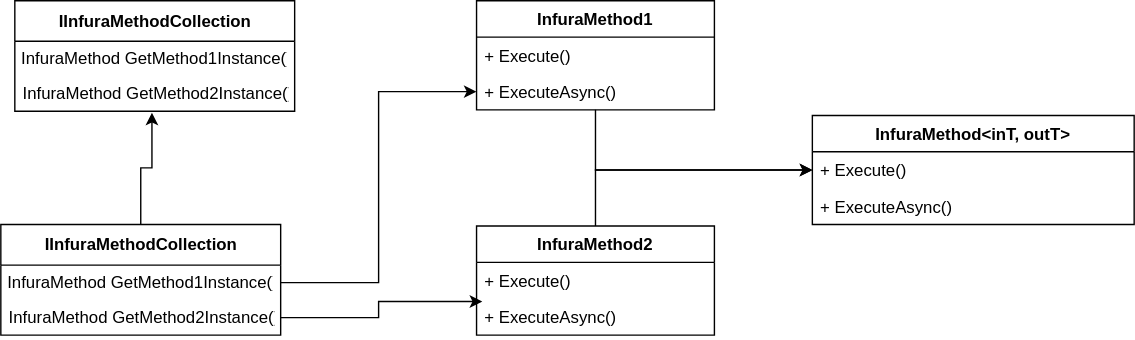
Earlier version of the draw.io export infuraCD.svg (OnoNguyen/EthereumTransactionSearch). Source tidied: cells renumbered, new cells last; positions are measured from the earlier drawing's top-left corner, leaving out a move shared by most shapes. The source it was exported from:
```xml
<mxGraphModel>
  <root>
    <mxCell id="0" />
    <mxCell id="1" parent="0" />
    <mxCell id="2" value="IInfuraMethodCollection" style="swimlane;fontStyle=1;align=center;verticalAlign=middle;horizontal=1;startSize=29;html=1;" parent="1" vertex="1">
      <mxGeometry x="10" width="200" height="79" as="geometry" />
    </mxCell>
    <mxCell id="3" value="InfuraMethod GetMethod1Instance()" style="text;html=1;strokeColor=none;fillColor=none;align=center;verticalAlign=middle;spacingLeft=4;spacingRight=4;overflow=hidden;" parent="2" vertex="1">
      <mxGeometry y="29" width="200" height="25" as="geometry" />
    </mxCell>
    <mxCell id="4" value="&lt;span style=&quot;text-align: center&quot;&gt;InfuraMethod GetMethod2Instance()&lt;/span&gt;" style="text;html=1;strokeColor=none;fillColor=none;align=left;verticalAlign=middle;spacingLeft=4;spacingRight=4;overflow=hidden;points=[[0,0.5],[1,0.5]];portConstraint=eastwest;" parent="2" vertex="1">
      <mxGeometry y="54" width="200" height="25" as="geometry" />
    </mxCell>
    <mxCell id="5" style="edgeStyle=orthogonalEdgeStyle;rounded=0;jettySize=auto;html=1;entryX=0.49;entryY=1.04;entryDx=0;entryDy=0;entryPerimeter=0;" parent="1" edge="1" source="6" target="4">
      <mxGeometry relative="1" as="geometry" />
    </mxCell>
    <mxCell id="6" value="IInfuraMethodCollection" style="swimlane;fontStyle=1;align=center;verticalAlign=middle;horizontal=1;startSize=29;html=1;" parent="1" vertex="1">
      <mxGeometry y="160" width="200" height="79" as="geometry" />
    </mxCell>
    <mxCell id="7" value="InfuraMethod GetMethod1Instance()" style="text;html=1;strokeColor=none;fillColor=none;align=center;verticalAlign=middle;spacingLeft=4;spacingRight=4;overflow=hidden;points=[[0,0.5],[1,0.5]];portConstraint=eastwest;" parent="6" vertex="1">
      <mxGeometry y="29" width="200" height="25" as="geometry" />
    </mxCell>
    <mxCell id="8" value="InfuraMethod GetMethod2Instance()" style="text;html=1;strokeColor=none;fillColor=none;align=left;verticalAlign=middle;spacingLeft=4;spacingRight=4;overflow=hidden;points=[[0,0.5],[1,0.5]];portConstraint=eastwest;" parent="6" vertex="1">
      <mxGeometry y="54" width="200" height="25" as="geometry" />
    </mxCell>
    <mxCell id="9" value="InfuraMethod&lt;inT, outT&gt;" style="swimlane;fontStyle=1;horizontal=1;startSize=26;fillColor=none;" parent="1" vertex="1">
      <mxGeometry x="580" y="82" width="230" height="78" as="geometry" />
    </mxCell>
    <mxCell id="10" value="+ Execute()" style="text;strokeColor=none;fillColor=none;align=left;verticalAlign=top;spacingLeft=4;spacingRight=4;overflow=hidden;points=[[0,0.5],[1,0.5]];portConstraint=eastwest;" parent="9" vertex="1">
      <mxGeometry y="26" width="230" height="26" as="geometry" />
    </mxCell>
    <mxCell id="11" value="+ ExecuteAsync()" style="text;strokeColor=none;fillColor=none;align=left;verticalAlign=top;spacingLeft=4;spacingRight=4;overflow=hidden;" parent="9" vertex="1">
      <mxGeometry y="52" width="230" height="26" as="geometry" />
    </mxCell>
    <mxCell id="12" style="edgeStyle=orthogonalEdgeStyle;rounded=0;jettySize=auto;html=1;entryX=0;entryY=0.5;entryDx=0;entryDy=0;" parent="1" edge="1" source="13" target="10">
      <mxGeometry relative="1" as="geometry" />
    </mxCell>
    <mxCell id="13" value="InfuraMethod1" style="swimlane;fontStyle=1;horizontal=1;startSize=26;fillColor=none;" parent="1" vertex="1">
      <mxGeometry x="340" width="170" height="78" as="geometry" />
    </mxCell>
    <mxCell id="14" value="+ Execute()" style="text;strokeColor=none;fillColor=none;align=left;verticalAlign=top;spacingLeft=4;spacingRight=4;overflow=hidden;" parent="13" vertex="1">
      <mxGeometry y="26" width="170" height="26" as="geometry" />
    </mxCell>
    <mxCell id="15" value="+ ExecuteAsync()" style="text;strokeColor=none;fillColor=none;align=left;verticalAlign=top;spacingLeft=4;spacingRight=4;overflow=hidden;points=[[0,0.5],[1,0.5]];portConstraint=eastwest;" parent="13" vertex="1">
      <mxGeometry y="52" width="170" height="26" as="geometry" />
    </mxCell>
    <mxCell id="16" style="edgeStyle=orthogonalEdgeStyle;rounded=0;jettySize=auto;html=1;entryX=0;entryY=0.5;entryDx=0;entryDy=0;" parent="1" edge="1" source="17" target="10">
      <mxGeometry relative="1" as="geometry" />
    </mxCell>
    <mxCell id="17" value="InfuraMethod2" style="swimlane;fontStyle=1;horizontal=1;startSize=26;fillColor=none;" parent="1" vertex="1">
      <mxGeometry x="340" y="161" width="170" height="78" as="geometry" />
    </mxCell>
    <mxCell id="18" value="+ Execute()" style="text;strokeColor=none;fillColor=none;align=left;verticalAlign=top;spacingLeft=4;spacingRight=4;overflow=hidden;" parent="17" vertex="1">
      <mxGeometry y="26" width="170" height="26" as="geometry" />
    </mxCell>
    <mxCell id="19" value="+ ExecuteAsync()" style="text;strokeColor=none;fillColor=none;align=left;verticalAlign=top;spacingLeft=4;spacingRight=4;overflow=hidden;points=[[0,0.5],[1,0.5]];portConstraint=eastwest;" parent="17" vertex="1">
      <mxGeometry y="52" width="170" height="26" as="geometry" />
    </mxCell>
    <mxCell id="20" style="edgeStyle=orthogonalEdgeStyle;rounded=0;jettySize=auto;html=1;" parent="1" edge="1" source="7" target="15">
      <mxGeometry relative="1" as="geometry" />
    </mxCell>
    <mxCell id="21" style="edgeStyle=orthogonalEdgeStyle;rounded=0;jettySize=auto;html=1;entryX=0.024;entryY=0.077;entryDx=0;entryDy=0;entryPerimeter=0;" parent="1" edge="1" source="8" target="19">
      <mxGeometry relative="1" as="geometry" />
    </mxCell>
  </root>
</mxGraphModel>
```
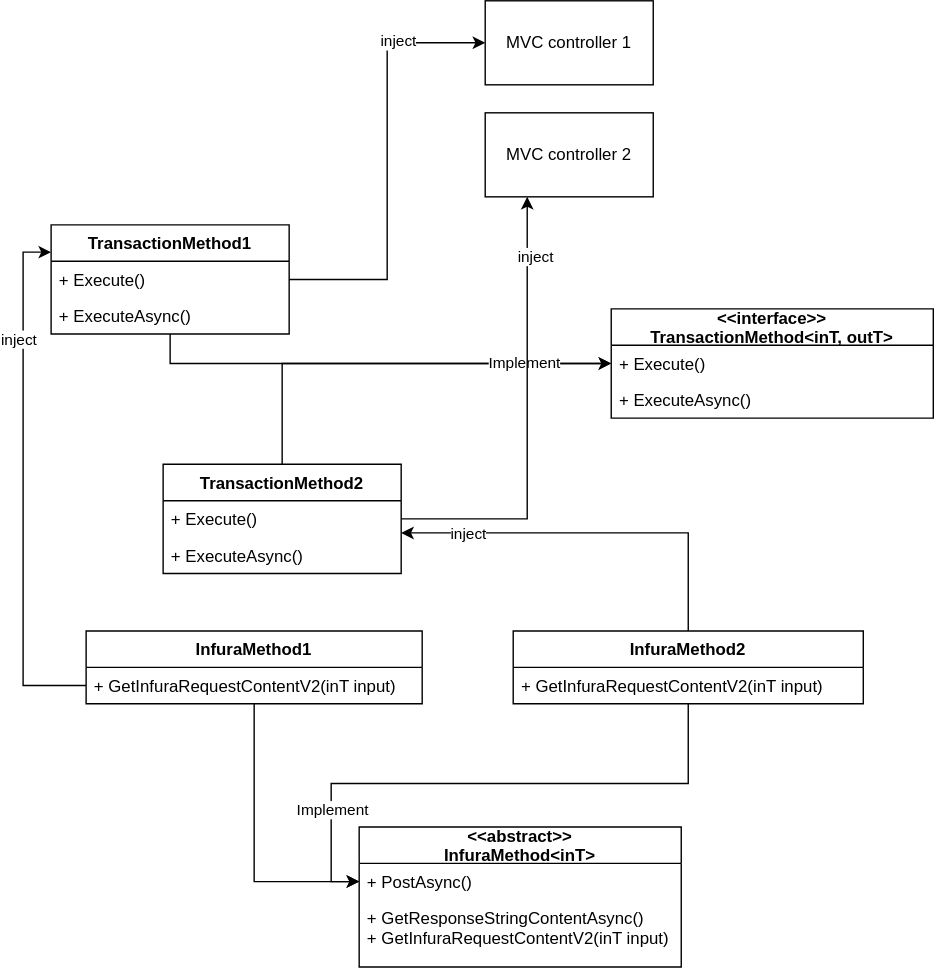
Later version of the same file.

Change to the diagram source:
```diff
@@ -2,29 +2,8 @@
   <root>
     <mxCell id="0" />
     <mxCell id="1" parent="0" />
-    <mxCell id="2" value="IInfuraMethodCollection" style="swimlane;fontStyle=1;align=center;verticalAlign=middle;horizontal=1;startSize=29;html=1;" parent="1" vertex="1">
-      <mxGeometry x="10" width="200" height="79" as="geometry" />
-    </mxCell>
-    <mxCell id="3" value="InfuraMethod GetMethod1Instance()" style="text;html=1;strokeColor=none;fillColor=none;align=center;verticalAlign=middle;spacingLeft=4;spacingRight=4;overflow=hidden;" parent="2" vertex="1">
-      <mxGeometry y="29" width="200" height="25" as="geometry" />
-    </mxCell>
-    <mxCell id="4" value="&lt;span style=&quot;text-align: center&quot;&gt;InfuraMethod GetMethod2Instance()&lt;/span&gt;" style="text;html=1;strokeColor=none;fillColor=none;align=left;verticalAlign=middle;spacingLeft=4;spacingRight=4;overflow=hidden;points=[[0,0.5],[1,0.5]];portConstraint=eastwest;" parent="2" vertex="1">
-      <mxGeometry y="54" width="200" height="25" as="geometry" />
-    </mxCell>
-    <mxCell id="5" style="edgeStyle=orthogonalEdgeStyle;rounded=0;jettySize=auto;html=1;entryX=0.49;entryY=1.04;entryDx=0;entryDy=0;entryPerimeter=0;" parent="1" edge="1" source="6" target="4">
-      <mxGeometry relative="1" as="geometry" />
-    </mxCell>
-    <mxCell id="6" value="IInfuraMethodCollection" style="swimlane;fontStyle=1;align=center;verticalAlign=middle;horizontal=1;startSize=29;html=1;" parent="1" vertex="1">
-      <mxGeometry y="160" width="200" height="79" as="geometry" />
-    </mxCell>
-    <mxCell id="7" value="InfuraMethod GetMethod1Instance()" style="text;html=1;strokeColor=none;fillColor=none;align=center;verticalAlign=middle;spacingLeft=4;spacingRight=4;overflow=hidden;points=[[0,0.5],[1,0.5]];portConstraint=eastwest;" parent="6" vertex="1">
-      <mxGeometry y="29" width="200" height="25" as="geometry" />
-    </mxCell>
-    <mxCell id="8" value="InfuraMethod GetMethod2Instance()" style="text;html=1;strokeColor=none;fillColor=none;align=left;verticalAlign=middle;spacingLeft=4;spacingRight=4;overflow=hidden;points=[[0,0.5],[1,0.5]];portConstraint=eastwest;" parent="6" vertex="1">
-      <mxGeometry y="54" width="200" height="25" as="geometry" />
-    </mxCell>
-    <mxCell id="9" value="InfuraMethod&lt;inT, outT&gt;" style="swimlane;fontStyle=1;horizontal=1;startSize=26;fillColor=none;" parent="1" vertex="1">
-      <mxGeometry x="580" y="82" width="230" height="78" as="geometry" />
+    <mxCell id="9" value="&lt;&lt;interface&gt;&gt;&#10;TransactionMethod&lt;inT, outT&gt;" style="swimlane;fontStyle=1;horizontal=1;startSize=26;fillColor=none;" parent="1" vertex="1">
+      <mxGeometry x="660" y="50" width="230" height="78" as="geometry" />
     </mxCell>
     <mxCell id="10" value="+ Execute()" style="text;strokeColor=none;fillColor=none;align=left;verticalAlign=top;spacingLeft=4;spacingRight=4;overflow=hidden;points=[[0,0.5],[1,0.5]];portConstraint=eastwest;" parent="9" vertex="1">
       <mxGeometry y="26" width="230" height="26" as="geometry" />
@@ -35,8 +14,14 @@
     <mxCell id="12" style="edgeStyle=orthogonalEdgeStyle;rounded=0;jettySize=auto;html=1;entryX=0;entryY=0.5;entryDx=0;entryDy=0;" parent="1" edge="1" source="13" target="10">
       <mxGeometry relative="1" as="geometry" />
     </mxCell>
+    <mxCell id="22" style="edgeStyle=orthogonalEdgeStyle;rounded=0;jettySize=auto;html=1;entryX=0;entryY=0.5;entryDx=0;entryDy=0;" parent="1" edge="1" source="13" target="41">
+      <mxGeometry relative="1" as="geometry" />
+    </mxCell>
+    <mxCell id="23" value="inject" style="edgeLabel;html=1;align=center;verticalAlign=middle;" parent="22" vertex="1">
+      <mxGeometry x="0.59" y="2" relative="1" as="geometry" />
+    </mxCell>
-    <mxCell id="13" value="InfuraMethod1" style="swimlane;fontStyle=1;horizontal=1;startSize=26;fillColor=none;" parent="1" vertex="1">
-      <mxGeometry x="340" width="170" height="78" as="geometry" />
+    <mxCell id="13" value="TransactionMethod1" style="swimlane;fontStyle=1;horizontal=1;startSize=26;fillColor=none;" parent="1" vertex="1">
+      <mxGeometry x="260" y="-10" width="170" height="78" as="geometry" />
     </mxCell>
     <mxCell id="14" value="+ Execute()" style="text;strokeColor=none;fillColor=none;align=left;verticalAlign=top;spacingLeft=4;spacingRight=4;overflow=hidden;" parent="13" vertex="1">
       <mxGeometry y="26" width="170" height="26" as="geometry" />
@@ -47,7 +32,16 @@
     <mxCell id="16" style="edgeStyle=orthogonalEdgeStyle;rounded=0;jettySize=auto;html=1;entryX=0;entryY=0.5;entryDx=0;entryDy=0;" parent="1" edge="1" source="17" target="10">
       <mxGeometry relative="1" as="geometry" />
     </mxCell>
+    <mxCell id="24" value="Implement" style="edgeLabel;html=1;align=center;verticalAlign=middle;" parent="16" vertex="1">
+      <mxGeometry x="0.59" y="1" relative="1" as="geometry" />
+    </mxCell>
+    <mxCell id="25" style="edgeStyle=orthogonalEdgeStyle;rounded=0;jettySize=auto;html=1;entryX=0.25;entryY=1;entryDx=0;entryDy=0;" parent="1" edge="1" source="17" target="42">
+      <mxGeometry relative="1" as="geometry" />
+    </mxCell>
+    <mxCell id="26" value="inject" style="edgeLabel;html=1;align=center;verticalAlign=middle;" parent="25" vertex="1">
+      <mxGeometry x="0.74" y="-5" relative="1" as="geometry" />
+    </mxCell>
-    <mxCell id="17" value="InfuraMethod2" style="swimlane;fontStyle=1;horizontal=1;startSize=26;fillColor=none;" parent="1" vertex="1">
+    <mxCell id="17" value="TransactionMethod2" style="swimlane;fontStyle=1;horizontal=1;startSize=26;fillColor=none;" parent="1" vertex="1">
       <mxGeometry x="340" y="161" width="170" height="78" as="geometry" />
     </mxCell>
     <mxCell id="18" value="+ Execute()" style="text;strokeColor=none;fillColor=none;align=left;verticalAlign=top;spacingLeft=4;spacingRight=4;overflow=hidden;" parent="17" vertex="1">
@@ -56,11 +50,53 @@
     <mxCell id="19" value="+ ExecuteAsync()" style="text;strokeColor=none;fillColor=none;align=left;verticalAlign=top;spacingLeft=4;spacingRight=4;overflow=hidden;points=[[0,0.5],[1,0.5]];portConstraint=eastwest;" parent="17" vertex="1">
       <mxGeometry y="52" width="170" height="26" as="geometry" />
     </mxCell>
-    <mxCell id="20" style="edgeStyle=orthogonalEdgeStyle;rounded=0;jettySize=auto;html=1;" parent="1" edge="1" source="7" target="15">
-      <mxGeometry relative="1" as="geometry" />
-    </mxCell>
-    <mxCell id="21" style="edgeStyle=orthogonalEdgeStyle;rounded=0;jettySize=auto;html=1;entryX=0.024;entryY=0.077;entryDx=0;entryDy=0;entryPerimeter=0;" parent="1" edge="1" source="8" target="19">
-      <mxGeometry relative="1" as="geometry" />
-    </mxCell>
+    <mxCell id="27" value="&lt;&lt;abstract&gt;&gt;&#10;InfuraMethod&lt;inT&gt;" style="swimlane;fontStyle=1;horizontal=1;startSize=26;fillColor=none;" parent="1" vertex="1">
+      <mxGeometry x="480" y="420" width="230" height="100" as="geometry" />
+    </mxCell>
+    <mxCell id="28" value="+ PostAsync()" style="text;strokeColor=none;fillColor=none;align=left;verticalAlign=top;spacingLeft=4;spacingRight=4;overflow=hidden;points=[[0,0.5],[1,0.5]];portConstraint=eastwest;" parent="27" vertex="1">
+      <mxGeometry y="26" width="230" height="26" as="geometry" />
+    </mxCell>
+    <mxCell id="29" value="+ GetResponseStringContentAsync()&#10;+ GetInfuraRequestContentV2(inT input)" style="text;strokeColor=none;fillColor=none;align=left;verticalAlign=top;spacingLeft=4;spacingRight=4;overflow=hidden;" parent="27" vertex="1">
+      <mxGeometry y="52" width="230" height="48" as="geometry" />
+    </mxCell>
+    <mxCell id="30" style="edgeStyle=orthogonalEdgeStyle;rounded=0;jettySize=auto;html=1;entryX=0;entryY=0.5;entryDx=0;entryDy=0;" parent="1" edge="1" source="31" target="28">
+      <mxGeometry relative="1" as="geometry" />
+    </mxCell>
+    <mxCell id="31" value="InfuraMethod1" style="swimlane;fontStyle=1;horizontal=1;startSize=26;fillColor=none;" parent="1" vertex="1">
+      <mxGeometry x="285" y="280" width="240" height="52" as="geometry" />
+    </mxCell>
+    <mxCell id="32" value="+ GetInfuraRequestContentV2(inT input)" style="text;strokeColor=none;fillColor=none;align=left;verticalAlign=top;spacingLeft=4;spacingRight=4;overflow=hidden;points=[[0,0.5],[1,0.5]];portConstraint=eastwest;" parent="31" vertex="1">
+      <mxGeometry y="26" width="240" height="26" as="geometry" />
+    </mxCell>
+    <mxCell id="33" style="edgeStyle=orthogonalEdgeStyle;rounded=0;jettySize=auto;html=1;entryX=0;entryY=0.5;entryDx=0;entryDy=0;" parent="1" edge="1" source="37" target="28">
+      <mxGeometry relative="1" as="geometry" />
+    </mxCell>
+    <mxCell id="34" value="Implement" style="edgeLabel;html=1;align=center;verticalAlign=middle;" parent="33" vertex="1">
+      <mxGeometry x="0.64" relative="1" as="geometry" />
+    </mxCell>
+    <mxCell id="35" style="edgeStyle=orthogonalEdgeStyle;rounded=0;jettySize=auto;html=1;entryX=1;entryY=-0.115;entryDx=0;entryDy=0;entryPerimeter=0;" parent="1" edge="1" source="37" target="19">
+      <mxGeometry relative="1" as="geometry" />
+    </mxCell>
+    <mxCell id="36" value="inject" style="edgeLabel;html=1;align=center;verticalAlign=middle;" parent="35" vertex="1">
+      <mxGeometry x="0.66" relative="1" as="geometry" />
+    </mxCell>
+    <mxCell id="37" value="InfuraMethod2" style="swimlane;fontStyle=1;horizontal=1;startSize=26;fillColor=none;" parent="1" vertex="1">
+      <mxGeometry x="590" y="280" width="250" height="52" as="geometry" />
+    </mxCell>
+    <mxCell id="38" value="+ GetInfuraRequestContentV2(inT input)" style="text;strokeColor=none;fillColor=none;align=left;verticalAlign=top;spacingLeft=4;spacingRight=4;overflow=hidden;" parent="37" vertex="1">
+      <mxGeometry y="26" width="250" height="26" as="geometry" />
+    </mxCell>
+    <mxCell id="39" style="edgeStyle=orthogonalEdgeStyle;rounded=0;jettySize=auto;html=1;entryX=0;entryY=0.25;entryDx=0;entryDy=0;" parent="1" edge="1" source="32" target="13">
+      <mxGeometry relative="1" as="geometry" />
+    </mxCell>
+    <mxCell id="40" value="inject" style="edgeLabel;html=1;align=center;verticalAlign=middle;" parent="39" vertex="1">
+      <mxGeometry x="0.56" y="4" relative="1" as="geometry" />
+    </mxCell>
+    <mxCell id="41" value="MVC controller 1" style="rounded=0;whiteSpace=wrap;html=1;" parent="1" vertex="1">
+      <mxGeometry x="570" y="-170" width="120" height="60" as="geometry" />
+    </mxCell>
+    <mxCell id="42" value="MVC controller 2" style="rounded=0;whiteSpace=wrap;html=1;" parent="1" vertex="1">
+      <mxGeometry x="570" y="-90" width="120" height="60" as="geometry" />
+    </mxCell>
   </root>
 </mxGraphModel>
```
